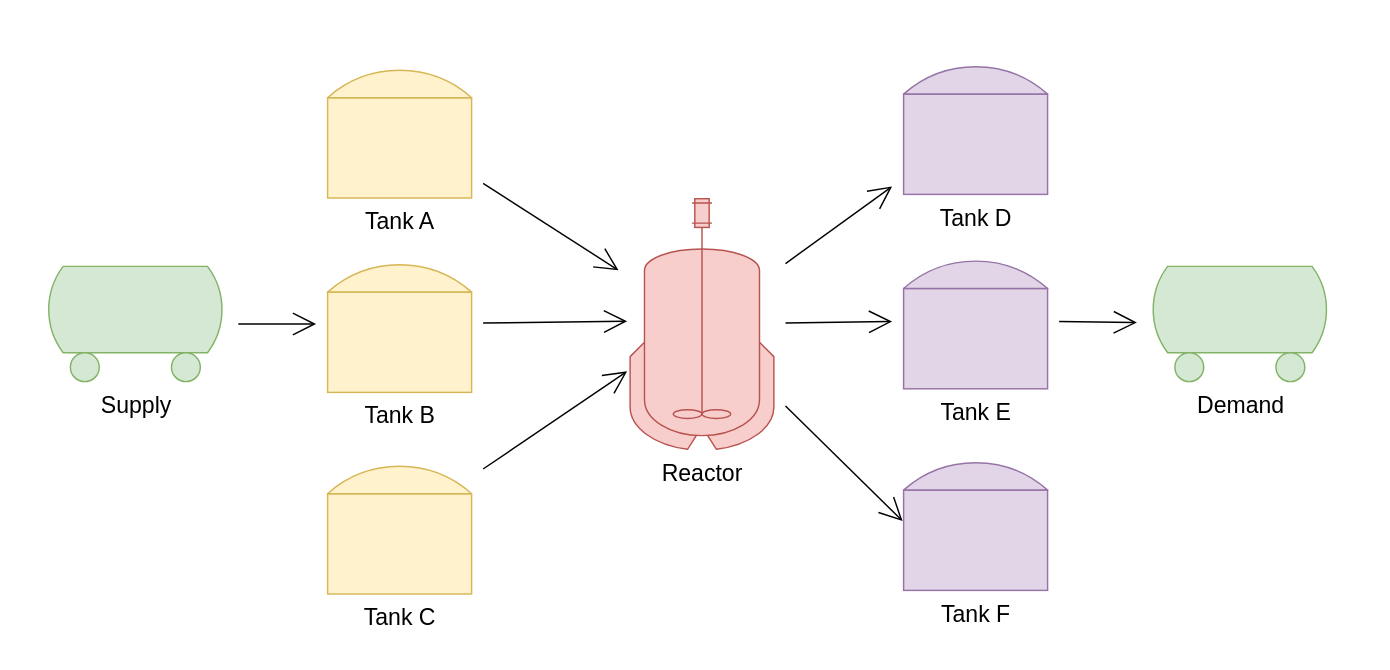
The draw.io diagram extras/figs.drawio in hdavid16/RTN-Demo, before the edit. Source tidied: cells renumbered, new cells numbered last; positions are measured from the earlier drawing's top-left corner, leaving out a move shared by most shapes. Both pictures are drawn from the tidied source at 144%, with x=0, y=0 at pixel (43, 56).
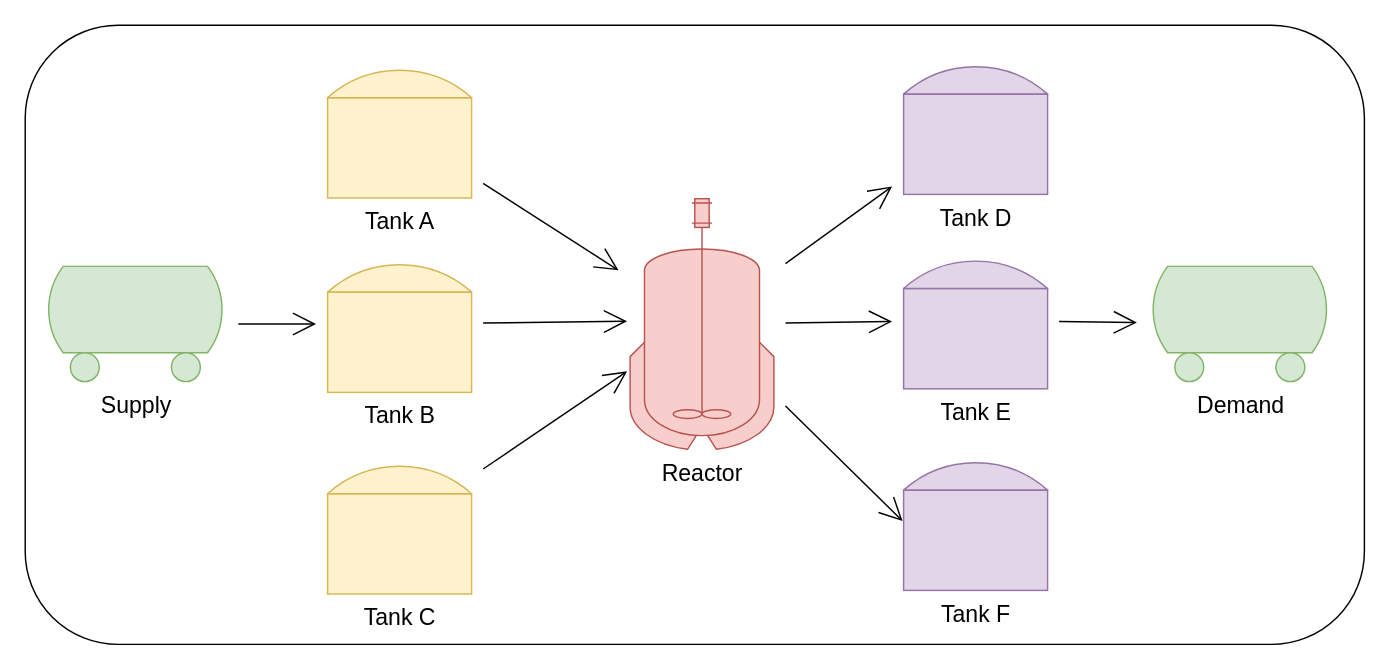
Above is the later version.

Commit message (it also covers changes not shown here):
white background

The edit, as a diff of the source:
```diff
@@
 <mxGraphModel>
   <root>
     <mxCell id="0" />
     <mxCell id="1" parent="0" />
+    <mxCell id="19" style="rounded=1;whiteSpace=wrap;html=1;hachureGap=4;" parent="1" vertex="1">
+      <mxGeometry x="-13" y="-22" width="930" height="430" as="geometry" />
+    </mxCell>
     <mxCell id="2" style="edgeStyle=none;curved=1;rounded=0;jettySize=auto;html=1;endArrow=open;startSize=14;endSize=14;sourcePerimeterSpacing=8;targetPerimeterSpacing=8;fontSize=16;" parent="1" edge="1" source="5" target="12">
       <mxGeometry relative="1" as="geometry" />
     </mxCell>
     <mxCell id="3" style="edgeStyle=none;curved=1;rounded=0;jettySize=auto;html=1;endArrow=open;startSize=14;endSize=14;sourcePerimeterSpacing=8;targetPerimeterSpacing=8;fontSize=16;" parent="1" edge="1" source="5" target="14">
       <mxGeometry relative="1" as="geometry" />
     </mxCell>
     <mxCell id="4" style="edgeStyle=none;curved=1;rounded=0;jettySize=auto;html=1;entryX=-0.007;entryY=0.493;entryDx=0;entryDy=0;entryPerimeter=0;endArrow=open;startSize=14;endSize=14;sourcePerimeterSpacing=8;targetPerimeterSpacing=8;fontSize=16;" parent="1" edge="1" source="5" target="15">
       <mxGeometry relative="1" as="geometry" />
     </mxCell>
     <mxCell id="5" value="Reactor" style="shape=mxgraph.pid.vessels.jacketed_mixing_vessel;html=1;align=center;verticalLabelPosition=bottom;verticalAlign=top;dashed=0;hachureGap=4;fontSize=16;fillColor=#f8cecc;strokeColor=#b85450;" parent="1" vertex="1">
       <mxGeometry x="407" y="98.5" width="100" height="174" as="geometry" />
     </mxCell>
     <mxCell id="6" style="edgeStyle=none;curved=1;rounded=0;jettySize=auto;html=1;endArrow=open;startSize=14;endSize=14;sourcePerimeterSpacing=8;targetPerimeterSpacing=8;fontSize=16;" parent="1" edge="1" source="7" target="5">
       <mxGeometry relative="1" as="geometry" />
     </mxCell>
     <mxCell id="7" value="Tank A" style="shape=mxgraph.pid.vessels.tank_(dished_roof);html=1;align=center;verticalLabelPosition=bottom;verticalAlign=top;dashed=0;hachureGap=4;fontSize=16;fillColor=#fff2cc;strokeColor=#d6b656;" parent="1" vertex="1">
       <mxGeometry x="197" y="3" width="100" height="95" as="geometry" />
     </mxCell>
     <mxCell id="8" style="edgeStyle=none;curved=1;rounded=0;jettySize=auto;html=1;entryX=-0.02;entryY=0.489;entryDx=0;entryDy=0;entryPerimeter=0;endArrow=open;startSize=14;endSize=14;sourcePerimeterSpacing=8;targetPerimeterSpacing=8;fontSize=16;" parent="1" edge="1" source="9" target="5">
       <mxGeometry relative="1" as="geometry" />
     </mxCell>
     <mxCell id="9" value="Tank B" style="shape=mxgraph.pid.vessels.tank_(dished_roof);html=1;align=center;verticalLabelPosition=bottom;verticalAlign=top;dashed=0;hachureGap=4;fontSize=16;fillColor=#fff2cc;strokeColor=#d6b656;" parent="1" vertex="1">
       <mxGeometry x="197" y="138" width="100" height="95" as="geometry" />
     </mxCell>
     <mxCell id="10" style="edgeStyle=none;curved=1;rounded=0;jettySize=auto;html=1;entryX=-0.02;entryY=0.689;entryDx=0;entryDy=0;entryPerimeter=0;endArrow=open;startSize=14;endSize=14;sourcePerimeterSpacing=8;targetPerimeterSpacing=8;fontSize=16;" parent="1" edge="1" source="11" target="5">
       <mxGeometry relative="1" as="geometry" />
     </mxCell>
     <mxCell id="11" value="Tank C" style="shape=mxgraph.pid.vessels.tank_(dished_roof);html=1;align=center;verticalLabelPosition=bottom;verticalAlign=top;dashed=0;hachureGap=4;fontSize=16;fillColor=#fff2cc;strokeColor=#d6b656;" parent="1" vertex="1">
       <mxGeometry x="197" y="278" width="100" height="95" as="geometry" />
     </mxCell>
     <mxCell id="12" value="Tank D" style="shape=mxgraph.pid.vessels.tank_(dished_roof);html=1;align=center;verticalLabelPosition=bottom;verticalAlign=top;dashed=0;hachureGap=4;fontSize=16;fillColor=#e1d5e7;strokeColor=#9673a6;" parent="1" vertex="1">
       <mxGeometry x="597" y="0.5" width="100" height="95" as="geometry" />
     </mxCell>
     <mxCell id="13" style="edgeStyle=none;curved=1;rounded=0;jettySize=auto;html=1;fontSize=16;endArrow=open;startSize=14;endSize=14;sourcePerimeterSpacing=8;targetPerimeterSpacing=8;" parent="1" edge="1" source="14" target="18">
       <mxGeometry relative="1" as="geometry" />
     </mxCell>
     <mxCell id="14" value="Tank E" style="shape=mxgraph.pid.vessels.tank_(dished_roof);html=1;align=center;verticalLabelPosition=bottom;verticalAlign=top;dashed=0;hachureGap=4;fontSize=16;fillColor=#e1d5e7;strokeColor=#9673a6;" parent="1" vertex="1">
       <mxGeometry x="597" y="135.5" width="100" height="95" as="geometry" />
     </mxCell>
     <mxCell id="15" value="Tank F" style="shape=mxgraph.pid.vessels.tank_(dished_roof);html=1;align=center;verticalLabelPosition=bottom;verticalAlign=top;dashed=0;hachureGap=4;fontSize=16;fillColor=#e1d5e7;strokeColor=#9673a6;" parent="1" vertex="1">
       <mxGeometry x="597" y="275.5" width="100" height="95" as="geometry" />
     </mxCell>
     <mxCell id="16" style="edgeStyle=none;curved=1;rounded=0;jettySize=auto;html=1;fontSize=16;endArrow=open;startSize=14;endSize=14;sourcePerimeterSpacing=8;targetPerimeterSpacing=8;" parent="1" edge="1" source="17" target="9">
       <mxGeometry relative="1" as="geometry" />
     </mxCell>
     <mxCell id="17" value="Supply" style="verticalLabelPosition=bottom;outlineConnect=0;align=center;dashed=0;html=1;verticalAlign=top;shape=mxgraph.pid.misc.tank_car,_tank_wagon;hachureGap=4;fontSize=16;fillColor=#d5e8d4;strokeColor=#82b366;" parent="1" vertex="1">
       <mxGeometry y="145.5" width="127" height="80" as="geometry" />
     </mxCell>
     <mxCell id="18" value="Demand" style="verticalLabelPosition=bottom;outlineConnect=0;align=center;dashed=0;html=1;verticalAlign=top;shape=mxgraph.pid.misc.tank_car,_tank_wagon;hachureGap=4;fontSize=16;fillColor=#d5e8d4;strokeColor=#82b366;" parent="1" vertex="1">
       <mxGeometry x="767" y="145.5" width="127" height="80" as="geometry" />
     </mxCell>
   </root>
 </mxGraphModel>
```
